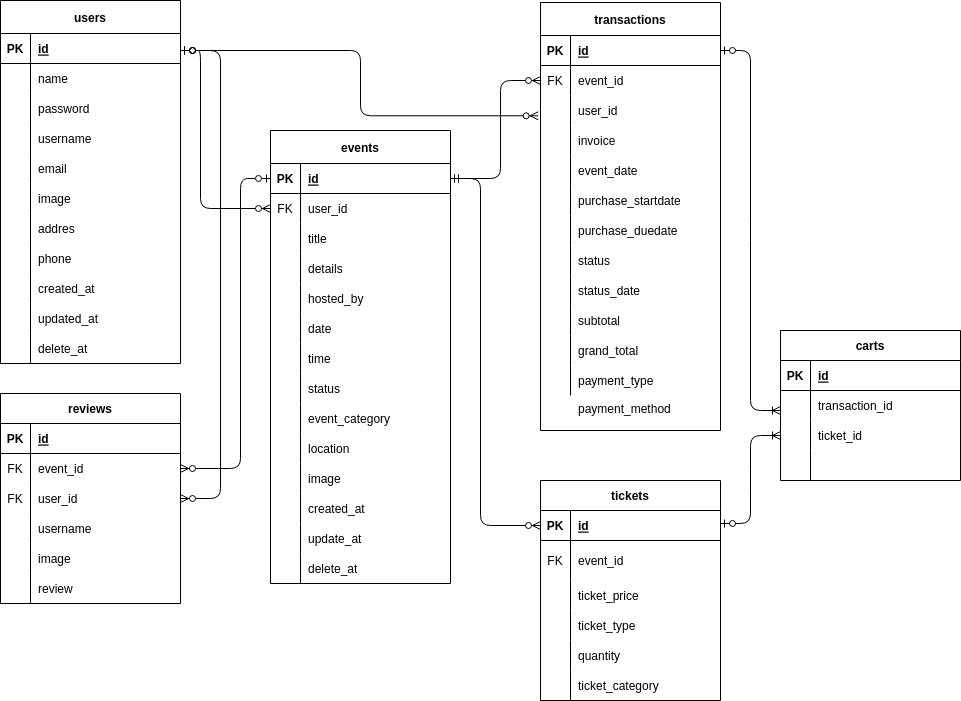
Before: docs/ERD Event App.drawio.png, a diagram exported from draw.io (wanta-zulfikri/Event-Planning-App). Source tidied: cells renumbered, new cells last; positions are measured from the earlier drawing's top-left corner, leaving out a move shared by most shapes.
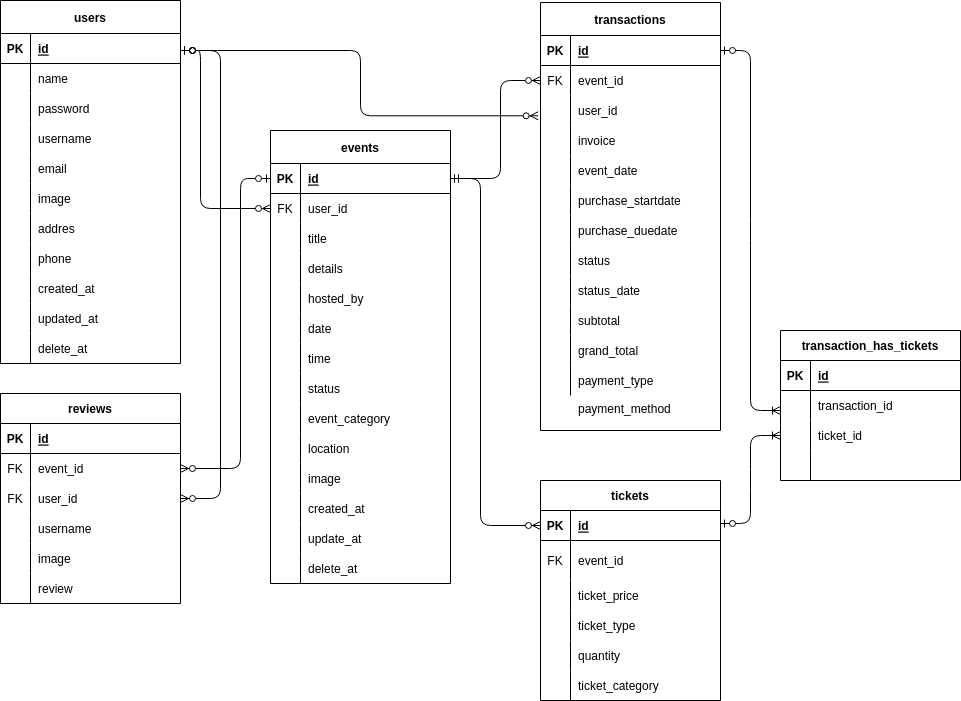
After the change.

Commit message:
transaction_has_tickets

Change to the diagram source:
```diff
@@ -475,7 +475,7 @@
         </Array>
       </mxGeometry>
     </mxCell>
-    <mxCell id="156" value="carts" style="shape=table;startSize=30;rowLines=0;fontStyle=1;align=center;" parent="1" vertex="1">
+    <mxCell id="156" value="transaction_has_tickets" style="shape=table;startSize=30;rowLines=0;fontStyle=1;align=center;" parent="1" vertex="1">
       <mxGeometry x="780" y="330" width="180" height="150" as="geometry" />
     </mxCell>
     <mxCell id="157" style="shape=tableRow;horizontal=0;startSize=0;swimlaneHead=0;swimlaneBody=0;fillColor=none;top=0;left=0;right=0;bottom=1;" parent="156" vertex="1">
```
